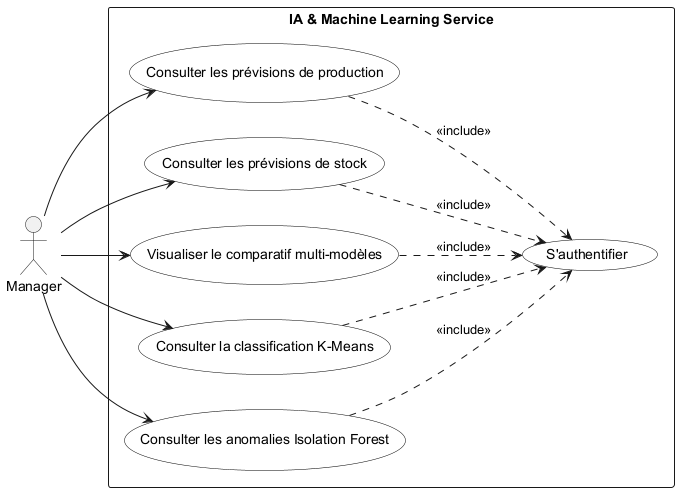
Above: Rapport/diagrams/sprint4_usecase.png in ayoubmek/PFE_data_science (PlantUML), before the change. Source of this version:
```plantuml
@startuml sprint4_usecase
left to right direction
skinparam usecase {
    BackgroundColor White
    BorderColor Black
}

actor "Manager" as MGR

rectangle "IA & Machine Learning Service" {
    usecase "S'authentifier" as UC_Auth
    usecase "Consulter les prévisions de production" as UC41
    usecase "Consulter les prévisions de stock" as UC42
    usecase "Visualiser le comparatif multi-modèles" as UC43
    usecase "Consulter la classification K-Means" as UC44
    usecase "Consulter les anomalies Isolation Forest" as UC45
}

MGR --> UC41
MGR --> UC42
MGR --> UC43
MGR --> UC44
MGR --> UC45

UC41 ..> UC_Auth : <<include>>
UC42 ..> UC_Auth : <<include>>
UC43 ..> UC_Auth : <<include>>
UC44 ..> UC_Auth : <<include>>
UC45 ..> UC_Auth : <<include>>
@enduml
```
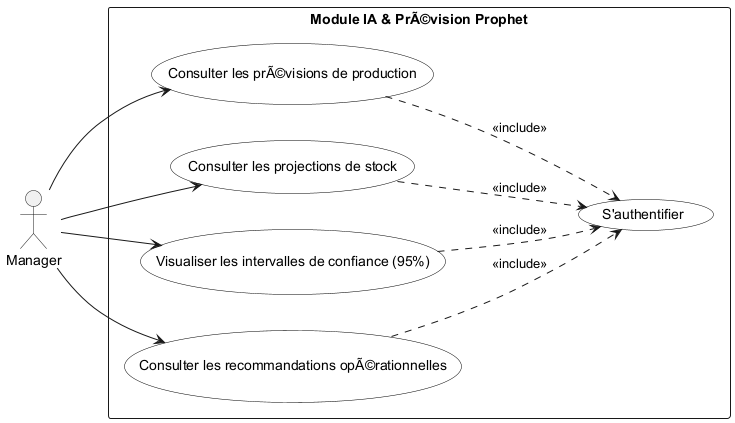
Above is the later version.

Change to the diagram source:
```diff
@@ -7,24 +7,21 @@
 
 actor "Manager" as MGR
 
-rectangle "IA & Machine Learning Service" {
+rectangle "Module IA & PrÃ©vision Prophet" {
     usecase "S'authentifier" as UC_Auth
-    usecase "Consulter les prévisions de production" as UC41
-    usecase "Consulter les prévisions de stock" as UC42
-    usecase "Visualiser le comparatif multi-modèles" as UC43
-    usecase "Consulter la classification K-Means" as UC44
-    usecase "Consulter les anomalies Isolation Forest" as UC45
+    usecase "Consulter les prÃ©visions de production" as UC41
+    usecase "Consulter les projections de stock" as UC42
+    usecase "Visualiser les intervalles de confiance (95%)" as UC43
+    usecase "Consulter les recommandations opÃ©rationnelles" as UC44
 }
 
 MGR --> UC41
 MGR --> UC42
 MGR --> UC43
 MGR --> UC44
-MGR --> UC45
 
 UC41 ..> UC_Auth : <<include>>
 UC42 ..> UC_Auth : <<include>>
 UC43 ..> UC_Auth : <<include>>
 UC44 ..> UC_Auth : <<include>>
-UC45 ..> UC_Auth : <<include>>
 @enduml
```
